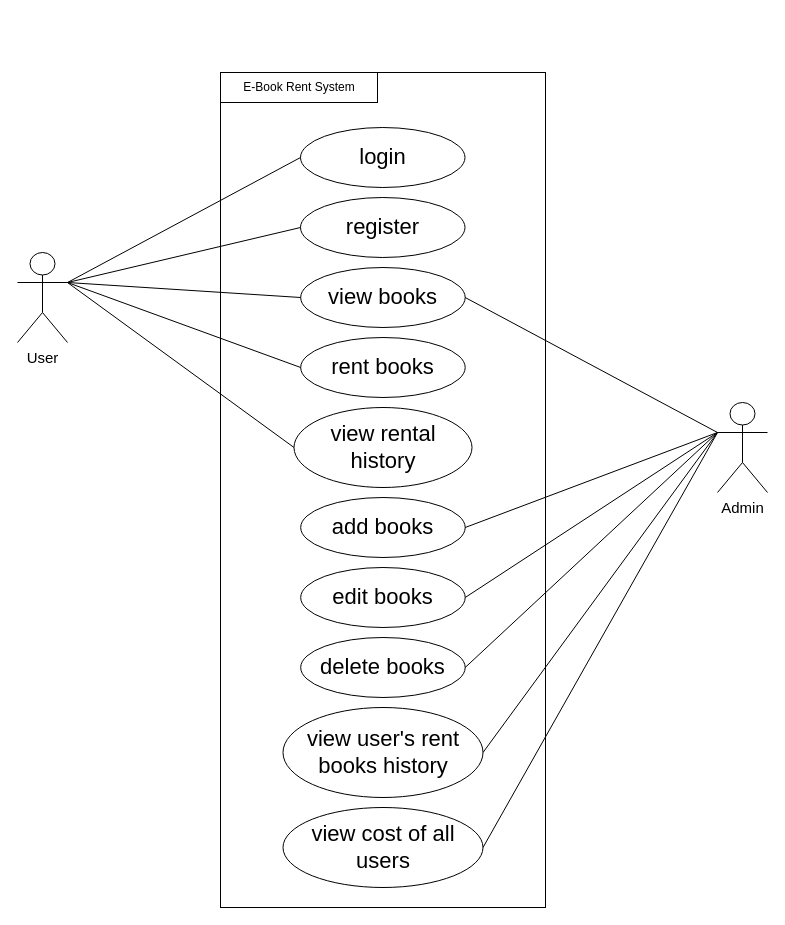
Above: ucd_e-book_rent.drawio in looksocii/E-Book_Rent (draw.io), before the change. Source tidied: cells renumbered, new cells numbered last; positions are measured from the earlier drawing's top-left corner, leaving out a move shared by most shapes. Both pictures are drawn from the tidied source at 100%, with x=0, y=0 at pixel (17, 72).
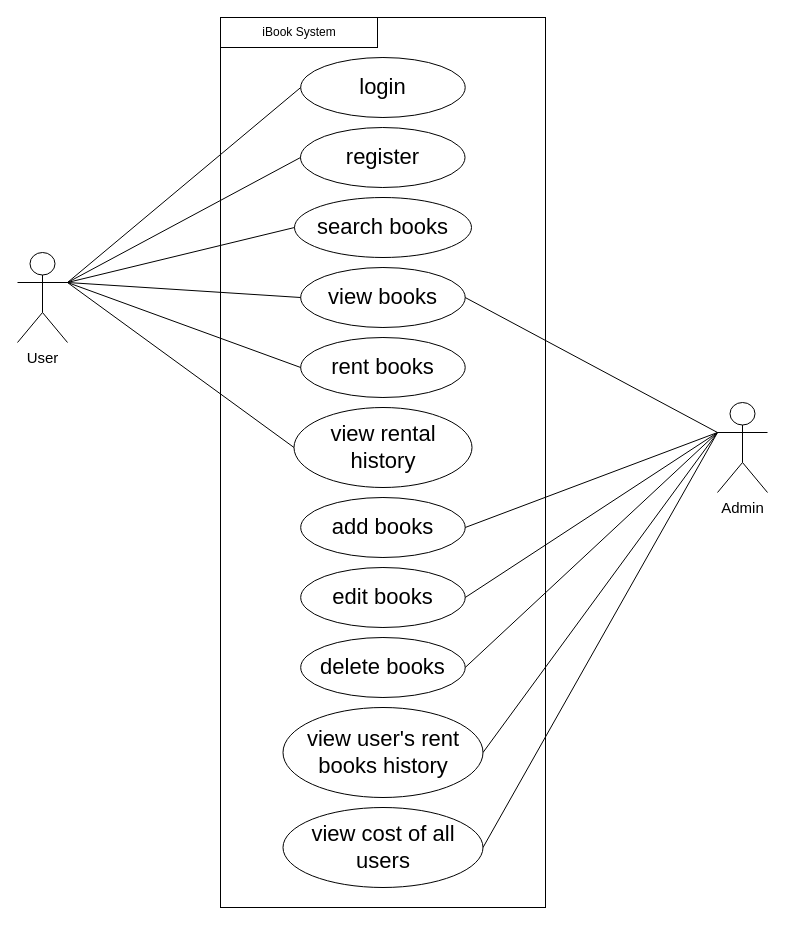
The same page after the edit.

The change refers to these unchanged cells:
```xml
<mxCell id="10" value="User" style="shape=umlActor;verticalLabelPosition=bottom;verticalAlign=top;html=1;outlineConnect=0;fontSize=15;" parent="1" vertex="1">
  <mxGeometry y="180" width="50" height="90" as="geometry" />
</mxCell>
```

What changed in the source:
```diff
@@
     <mxCell id="2" style="rounded=0;whiteSpace=wrap;html=1;" parent="1" vertex="1">
-      <mxGeometry x="203" width="325" height="835" as="geometry" />
+      <mxGeometry x="203" y="-55" width="325" height="890" as="geometry" />
     </mxCell>
     <mxCell id="3" style="rounded=0;whiteSpace=wrap;html=1;" parent="1" vertex="1">
-      <mxGeometry x="203" width="157" height="30" as="geometry" />
+      <mxGeometry x="203" y="-55" width="157" height="30" as="geometry" />
     </mxCell>
-    <mxCell id="4" value="E-Book Rent System" style="text;html=1;strokeColor=none;fillColor=none;align=center;verticalAlign=middle;whiteSpace=wrap;rounded=0;" parent="1" vertex="1">
-      <mxGeometry x="221.5" y="5" width="120" height="20" as="geometry" />
+    <mxCell id="4" value="iBook System" style="text;html=1;strokeColor=none;fillColor=none;align=center;verticalAlign=middle;whiteSpace=wrap;rounded=0;" parent="1" vertex="1">
+      <mxGeometry x="221.5" y="-50" width="120" height="20" as="geometry" />
     </mxCell>
     <mxCell id="5" value="&lt;font style=&quot;font-size: 22px&quot;&gt;login&lt;/font&gt;" style="ellipse;whiteSpace=wrap;html=1;" parent="1" vertex="1">
-      <mxGeometry x="283" y="55" width="164.5" height="60" as="geometry" />
+      <mxGeometry x="283.2" y="-15" width="164.5" height="60" as="geometry" />
     </mxCell>
     <mxCell id="6" value="&lt;font style=&quot;font-size: 22px&quot;&gt;register&lt;/font&gt;" style="ellipse;whiteSpace=wrap;html=1;" parent="1" vertex="1">
-      <mxGeometry x="283" y="125" width="164.5" height="60" as="geometry" />
+      <mxGeometry x="283" y="55" width="164.5" height="60" as="geometry" />
     </mxCell>
@@
+    <mxCell id="28" value="&lt;span style=&quot;font-size: 22px&quot;&gt;search books&lt;/span&gt;" style="ellipse;whiteSpace=wrap;html=1;" parent="1" vertex="1">
+      <mxGeometry x="277" y="125" width="177" height="60" as="geometry" />
+    </mxCell>
+    <mxCell id="29" style="endArrow=none;html=1;entryX=1;entryY=0.3333333333333333;entryDx=0;entryDy=0;entryPerimeter=0;exitX=0;exitY=0.5;exitDx=0;exitDy=0;" parent="1" edge="1" source="28" target="10">
+      <mxGeometry relative="1" as="geometry" />
+    </mxCell>
```
